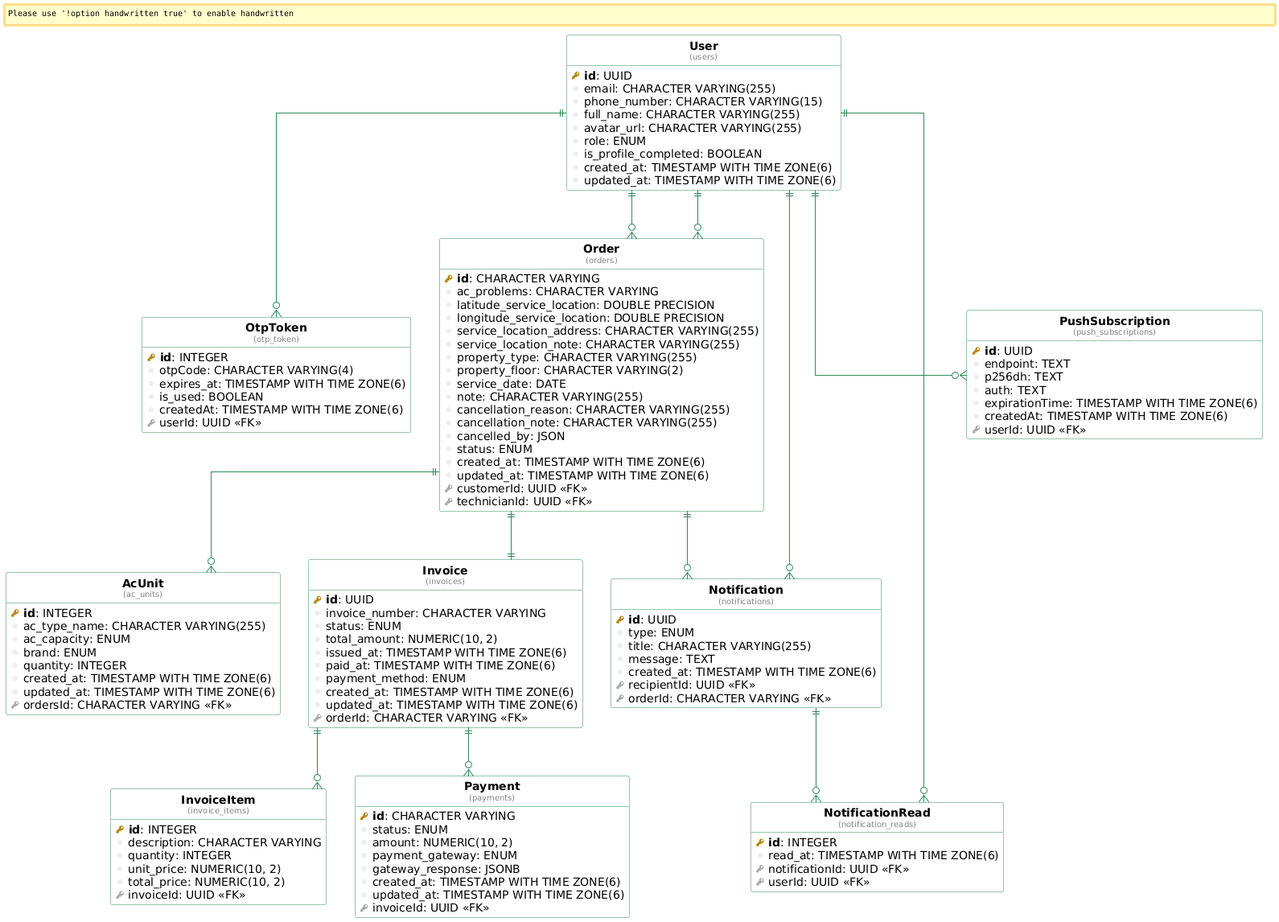
Before: api/diagram.png, a diagram exported from PlantUML (FarhanDH/cdingin).
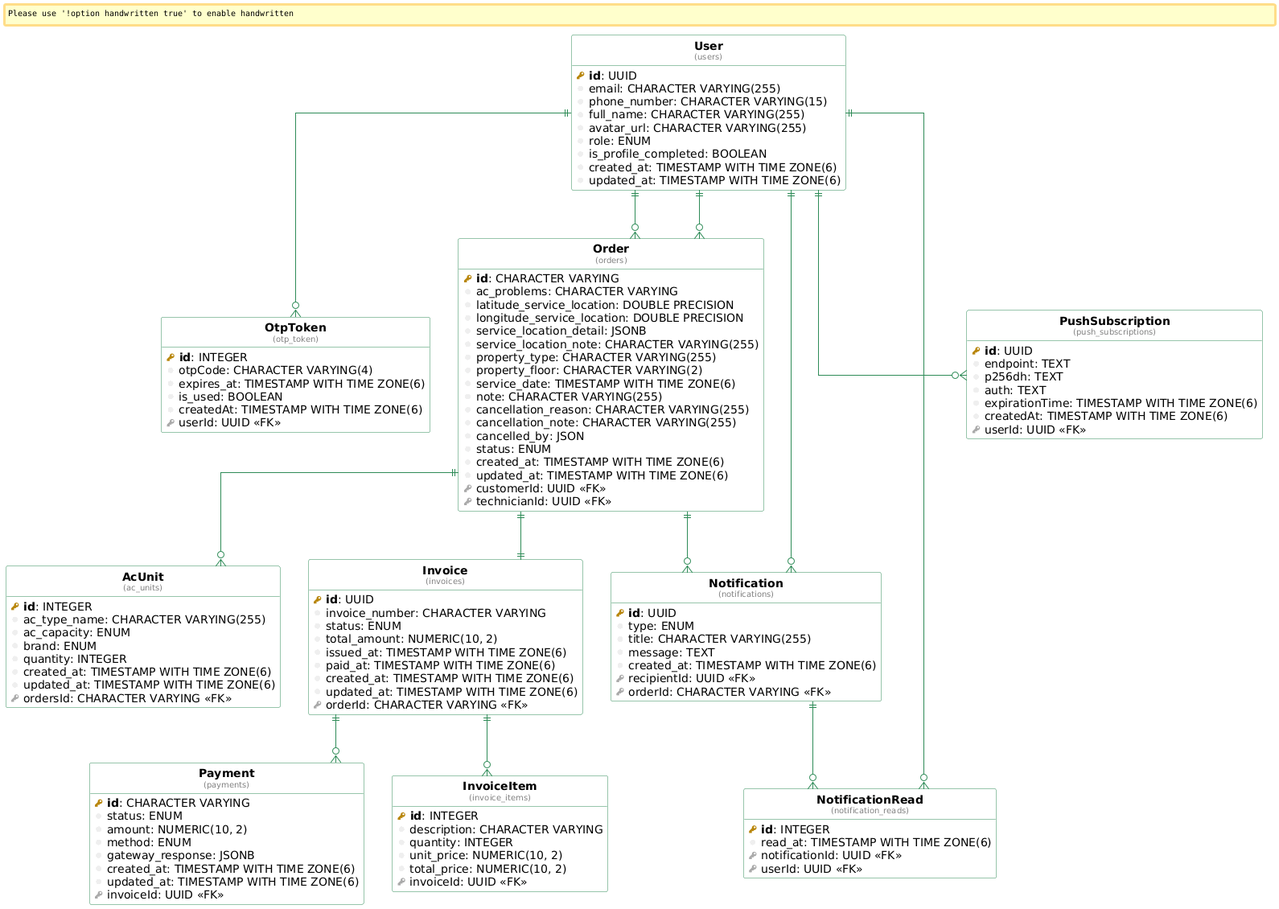
After the change.

Change to the diagram source:
```diff
@@ -43,23 +43,23 @@
   fkey( ordersId ): CHARACTER VARYING <<FK>>
 }
 
+table( Payment, payments ) as payments {
+  pkey( id ): CHARACTER VARYING
+  column( status ): ENUM
+  column( amount ): NUMERIC(10, 2)
+  column( method ): ENUM
+  column( gateway_response ): JSONB
+  column( created_at ): TIMESTAMP WITH TIME ZONE(6)
+  column( updated_at ): TIMESTAMP WITH TIME ZONE(6)
+  fkey( invoiceId ): UUID <<FK>>
+}
+
 table( InvoiceItem, invoice_items ) as invoice_items {
   pkey( id ): INTEGER
   column( description ): CHARACTER VARYING
   column( quantity ): INTEGER
   column( unit_price ): NUMERIC(10, 2)
   column( total_price ): NUMERIC(10, 2)
-  fkey( invoiceId ): UUID <<FK>>
-}
-
-table( Payment, payments ) as payments {
-  pkey( id ): CHARACTER VARYING
-  column( status ): ENUM
-  column( amount ): NUMERIC(10, 2)
-  column( payment_gateway ): ENUM
-  column( gateway_response ): JSONB
-  column( created_at ): TIMESTAMP WITH TIME ZONE(6)
-  column( updated_at ): TIMESTAMP WITH TIME ZONE(6)
   fkey( invoiceId ): UUID <<FK>>
 }
 
@@ -70,7 +70,6 @@
   column( total_amount ): NUMERIC(10, 2)
   column( issued_at ): TIMESTAMP WITH TIME ZONE(6)
   column( paid_at ): TIMESTAMP WITH TIME ZONE(6)
-  column( payment_method ): ENUM
   column( created_at ): TIMESTAMP WITH TIME ZONE(6)
   column( updated_at ): TIMESTAMP WITH TIME ZONE(6)
   fkey( orderId ): CHARACTER VARYING <<FK>>
@@ -81,11 +80,11 @@
   column( ac_problems ): CHARACTER VARYING
   column( latitude_service_location ): DOUBLE PRECISION
   column( longitude_service_location ): DOUBLE PRECISION
-  column( service_location_address ): CHARACTER VARYING(255)
+  column( service_location_detail ): JSONB
   column( service_location_note ): CHARACTER VARYING(255)
   column( property_type ): CHARACTER VARYING(255)
   column( property_floor ): CHARACTER VARYING(2)
-  column( service_date ): DATE
+  column( service_date ): TIMESTAMP WITH TIME ZONE(6)
   column( note ): CHARACTER VARYING(255)
   column( cancellation_reason ): CHARACTER VARYING(255)
   column( cancellation_note ): CHARACTER VARYING(255)
@@ -138,8 +137,8 @@
 
 "users" ||--o{ "otp_token"
 "orders" ||--o{ "ac_units"
+"invoices" ||--o{ "payments"
 "invoices" ||--o{ "invoice_items"
-"invoices" ||--o{ "payments"
 "orders" ||--|| "invoices"
 "users" ||--o{ "orders"
 "users" ||--o{ "orders"
```
